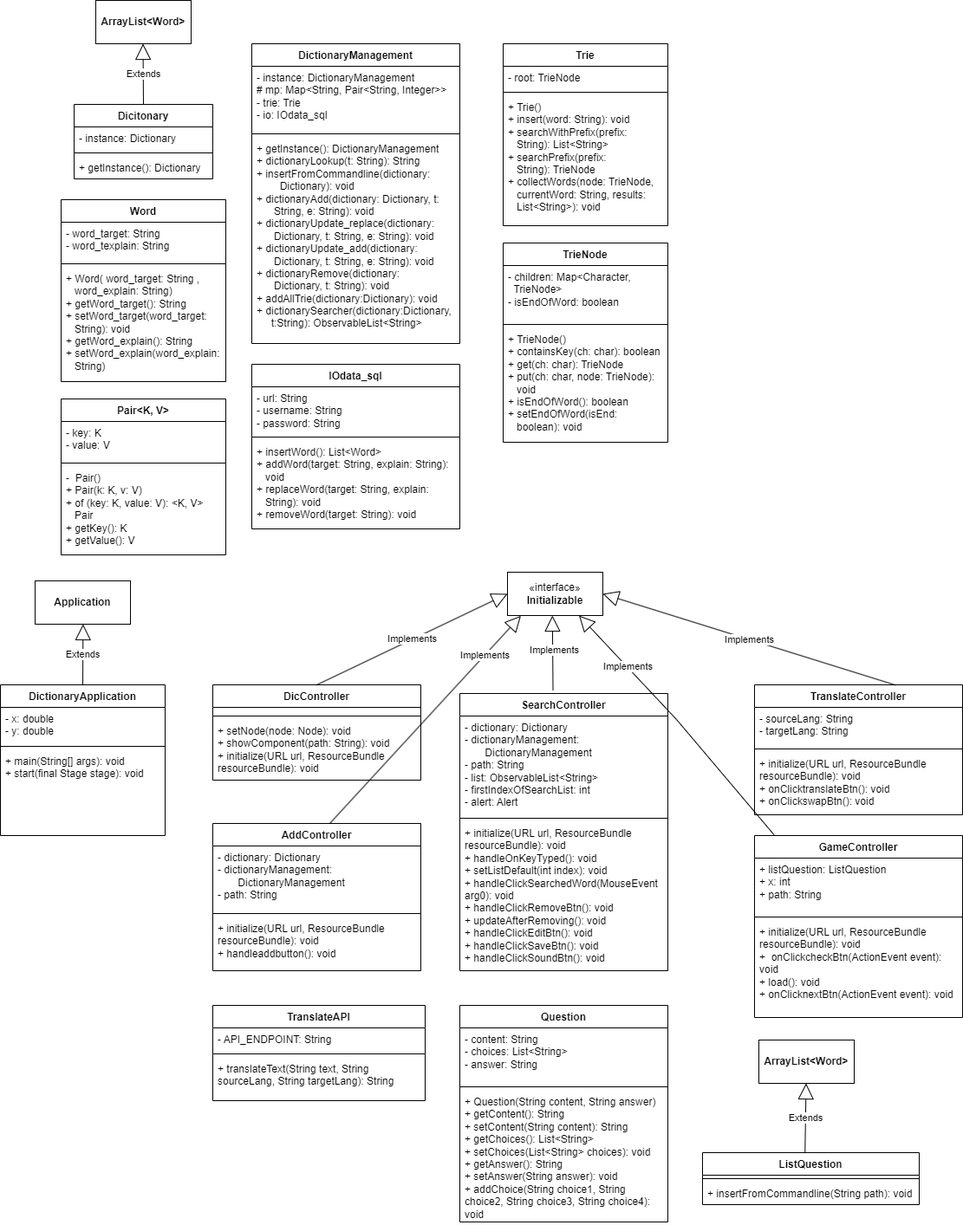
This is DictionaryUML.drawio.png from changchan255/OOP_Dictionary, a draw.io export, as it was before one commit. Source tidied: cells renumbered, new cells last; positions are measured from the earlier drawing's top-left corner, leaving out a move shared by most shapes.
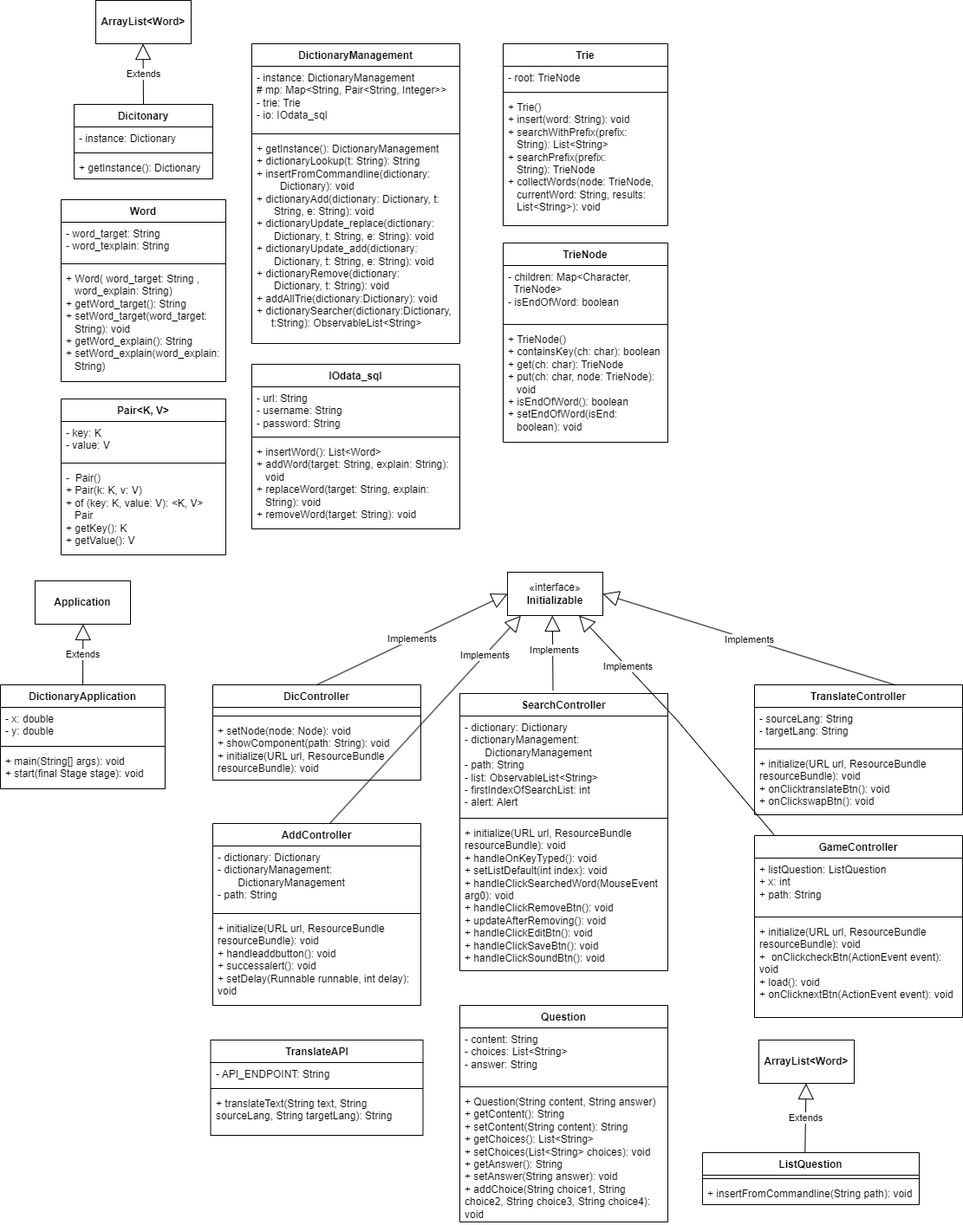
Above is the later version.

Commit message:
Cập nhật DictionaryUML.drawio.png

What changed in the source:
```diff
@@ -87,7 +87,7 @@
       <mxGeometry y="88" width="240" height="102" as="geometry" />
     </mxCell>
     <mxCell id="30" value="DictionaryApplication" style="swimlane;fontStyle=1;align=center;verticalAlign=top;horizontal=1;startSize=26;whiteSpace=wrap;html=1;" parent="1" vertex="1">
-      <mxGeometry y="790" width="190" height="174" as="geometry" />
+      <mxGeometry y="790" width="190" height="120" as="geometry" />
     </mxCell>
     <mxCell id="31" value="- x: double&lt;br&gt;- y: double" style="text;strokeColor=none;fillColor=none;align=left;verticalAlign=top;spacingLeft=4;spacingRight=4;overflow=hidden;whiteSpace=wrap;html=1;" parent="30" vertex="1">
       <mxGeometry y="26" width="190" height="41" as="geometry" />
@@ -96,7 +96,7 @@
       <mxGeometry y="67" width="190" height="8" as="geometry" />
     </mxCell>
     <mxCell id="33" value="+&amp;nbsp;main(String[] args): void&lt;br&gt;+&amp;nbsp;start(final Stage stage): void" style="text;strokeColor=none;fillColor=none;align=left;verticalAlign=top;spacingLeft=4;spacingRight=4;overflow=hidden;whiteSpace=wrap;html=1;" parent="30" vertex="1">
-      <mxGeometry y="75" width="190" height="99" as="geometry" />
+      <mxGeometry y="75" width="190" height="45" as="geometry" />
     </mxCell>
     <mxCell id="34" value="DicController" style="swimlane;fontStyle=1;align=center;verticalAlign=top;horizontal=1;startSize=26;whiteSpace=wrap;html=1;" parent="1" vertex="1">
       <mxGeometry x="245" y="790" width="240" height="110" as="geometry" />
@@ -117,7 +117,7 @@
       <mxGeometry x="40" y="670" width="110" height="50" as="geometry" />
     </mxCell>
     <mxCell id="40" value="AddController" style="swimlane;fontStyle=1;align=center;verticalAlign=top;horizontal=1;startSize=26;whiteSpace=wrap;html=1;" parent="1" vertex="1">
-      <mxGeometry x="245" y="950" width="240" height="170" as="geometry" />
+      <mxGeometry x="245" y="950" width="240" height="210" as="geometry" />
     </mxCell>
     <mxCell id="41" value="-&amp;nbsp;dictionary: Dictionary&lt;br&gt;-&amp;nbsp;dictionaryManagement:&amp;nbsp; &amp;nbsp; &amp;nbsp; &amp;nbsp; &amp;nbsp; &amp;nbsp; &amp;nbsp; &amp;nbsp; &amp;nbsp; &amp;nbsp; &amp;nbsp; &amp;nbsp; &amp;nbsp; &amp;nbsp; &amp;nbsp; &amp;nbsp; &amp;nbsp; &amp;nbsp; &amp;nbsp;DictionaryManagement&lt;br&gt;- path: String" style="text;strokeColor=none;fillColor=none;align=left;verticalAlign=top;spacingLeft=4;spacingRight=4;overflow=hidden;whiteSpace=wrap;html=1;" parent="40" vertex="1">
       <mxGeometry y="26" width="240" height="74" as="geometry" />
@@ -125,8 +125,8 @@
     <mxCell id="42" style="line;strokeWidth=1;fillColor=none;align=left;verticalAlign=middle;spacingTop=-1;spacingLeft=3;spacingRight=3;labelPosition=right;strokeColor=inherit;" parent="40" vertex="1">
       <mxGeometry y="100" width="240" height="8" as="geometry" />
     </mxCell>
-    <mxCell id="43" value="+&amp;nbsp;initialize(URL url, ResourceBundle resourceBundle): void&lt;br&gt;+&amp;nbsp;handleaddbutton(): void" style="text;strokeColor=none;fillColor=none;align=left;verticalAlign=top;spacingLeft=4;spacingRight=4;overflow=hidden;whiteSpace=wrap;html=1;" parent="40" vertex="1">
-      <mxGeometry y="108" width="240" height="62" as="geometry" />
+    <mxCell id="43" value="+&amp;nbsp;initialize(URL url, ResourceBundle resourceBundle): void&lt;br&gt;+&amp;nbsp;handleaddbutton(): void&lt;br&gt;+ successalert(): void&lt;br&gt;+ setDelay(Runnable runnable, int delay): void" style="text;strokeColor=none;fillColor=none;align=left;verticalAlign=top;spacingLeft=4;spacingRight=4;overflow=hidden;whiteSpace=wrap;html=1;" parent="40" vertex="1">
+      <mxGeometry y="108" width="240" height="102" as="geometry" />
     </mxCell>
     <mxCell id="44" value="SearchController" style="swimlane;fontStyle=1;align=center;verticalAlign=top;horizontal=1;startSize=26;whiteSpace=wrap;html=1;" parent="1" vertex="1">
       <mxGeometry x="530" y="800" width="240" height="320" as="geometry" />
@@ -165,7 +165,7 @@
       <mxGeometry y="98" width="240" height="112" as="geometry" />
     </mxCell>
     <mxCell id="56" value="TranslateAPI" style="swimlane;fontStyle=1;align=center;verticalAlign=top;horizontal=1;startSize=26;whiteSpace=wrap;html=1;" parent="1" vertex="1">
-      <mxGeometry x="245" y="1160" width="245" height="110" as="geometry" />
+      <mxGeometry x="242.5" y="1200" width="245" height="110" as="geometry" />
     </mxCell>
     <mxCell id="57" value="-&amp;nbsp;API_ENDPOINT: String" style="text;strokeColor=none;fillColor=none;align=left;verticalAlign=top;spacingLeft=4;spacingRight=4;overflow=hidden;whiteSpace=wrap;html=1;" parent="56" vertex="1">
       <mxGeometry y="26" width="245" height="26" as="geometry" />
```
